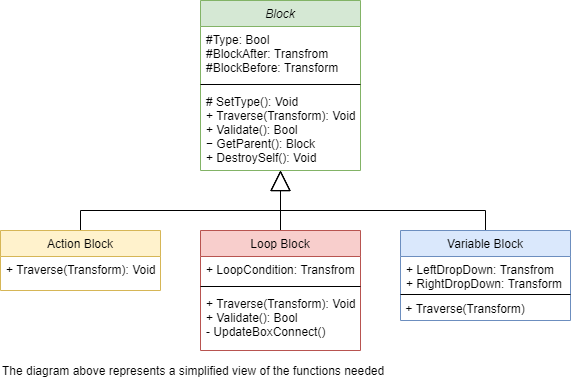
Before: Images/UML_Diagram.png, a diagram exported from draw.io (ej3517/DeeperThanBlue). Source tidied: cells renumbered, new cells last; positions are measured from the earlier drawing's top-left corner, leaving out a move shared by most shapes. Source of this version:
```xml
<mxGraphModel>
  <root>
    <mxCell id="0" />
    <mxCell id="1" parent="0" />
    <mxCell id="2" style="endArrow=block;endSize=18;endFill=0;shadow=0;strokeWidth=1;rounded=0;edgeStyle=elbowEdgeStyle;elbow=vertical;" parent="1" edge="1" source="19" target="4">
      <mxGeometry relative="1" as="geometry">
        <Array as="points">
          <mxPoint x="180" y="210" />
        </Array>
      </mxGeometry>
    </mxCell>
    <mxCell id="3" style="endArrow=block;endSize=18;endFill=0;shadow=0;strokeWidth=1;rounded=0;edgeStyle=elbowEdgeStyle;elbow=vertical;" parent="1" edge="1" source="11" target="4">
      <mxGeometry relative="1" as="geometry" />
    </mxCell>
    <mxCell id="4" value="Block" style="swimlane;fontStyle=2;align=center;verticalAlign=top;horizontal=1;startSize=26;rounded=0;shadow=0;strokeWidth=1;fillColor=#d5e8d4;strokeColor=#82b366;" parent="1" vertex="1">
      <mxGeometry x="200" width="160" height="170" as="geometry" />
    </mxCell>
    <mxCell id="5" value="#Type: Bool&#10;#BlockAfter: Transfrom&#10;#BlockBefore: Transform&#10;" style="text;align=left;verticalAlign=top;spacingLeft=4;spacingRight=4;overflow=hidden;" parent="4" vertex="1">
      <mxGeometry y="26" width="160" height="54" as="geometry" />
    </mxCell>
    <mxCell id="6" style="line;html=1;strokeWidth=1;align=left;verticalAlign=middle;spacingTop=-1;spacingLeft=3;spacingRight=3;labelPosition=right;" parent="4" vertex="1">
      <mxGeometry y="80" width="160" height="8" as="geometry" />
    </mxCell>
    <mxCell id="7" value="# SetType(): Void&#10;+ Traverse(Transform): Void&#10;+ Validate(): Bool&#10;− GetParent(): Block&#10;+ DestroySelf(): Void" style="text;align=left;verticalAlign=top;spacingLeft=4;spacingRight=4;overflow=hidden;" parent="4" vertex="1">
      <mxGeometry y="88" width="160" height="82" as="geometry" />
    </mxCell>
    <mxCell id="8" style="endArrow=block;endSize=18;endFill=0;shadow=0;strokeWidth=1;rounded=0;edgeStyle=elbowEdgeStyle;elbow=vertical;exitX=0.5;exitY=0;exitDx=0;exitDy=0;" parent="1" edge="1" source="15">
      <mxGeometry relative="1" as="geometry">
        <mxPoint x="280" y="170" as="targetPoint" />
        <Array as="points">
          <mxPoint x="320" y="210" />
        </Array>
      </mxGeometry>
    </mxCell>
    <mxCell id="9" value="The diagram above represents a simplified view of the functions needed" style="text;html=1;strokeColor=none;fillColor=none;align=left;verticalAlign=middle;whiteSpace=wrap;rounded=0;" parent="1" vertex="1">
      <mxGeometry y="360" width="470" height="20" as="geometry" />
    </mxCell>
    <mxCell id="10" style="group;" parent="1" vertex="1">
      <mxGeometry x="200" y="230" width="160" height="120" as="geometry" />
    </mxCell>
    <mxCell id="11" value="Loop Block" style="swimlane;fontStyle=0;align=center;verticalAlign=top;horizontal=1;startSize=26;rounded=0;shadow=0;strokeWidth=1;fillColor=#f8cecc;strokeColor=#b85450;" parent="10" vertex="1">
      <mxGeometry width="160" height="120" as="geometry" />
    </mxCell>
    <mxCell id="12" value="+ LoopCondition: Transfrom" style="text;align=left;verticalAlign=top;spacingLeft=4;spacingRight=4;overflow=hidden;" parent="11" vertex="1">
      <mxGeometry y="26" width="160" height="26" as="geometry" />
    </mxCell>
    <mxCell id="13" style="line;html=1;strokeWidth=1;align=left;verticalAlign=middle;spacingTop=-1;spacingLeft=3;spacingRight=3;labelPosition=right;" parent="11" vertex="1">
      <mxGeometry y="52" width="160" height="8" as="geometry" />
    </mxCell>
    <mxCell id="14" value="+ Traverse(Transform): Void&#10;+ Validate(): Bool&#10;- UpdateBoxConnect()" style="text;align=left;verticalAlign=top;spacingLeft=4;spacingRight=4;overflow=hidden;fontStyle=0;strokeColor=none;" parent="10" vertex="1">
      <mxGeometry y="60" width="160" height="60" as="geometry" />
    </mxCell>
    <mxCell id="15" value="Variable Block" style="swimlane;fontStyle=0;align=center;verticalAlign=top;horizontal=1;startSize=26;rounded=0;shadow=0;strokeWidth=1;fillColor=#dae8fc;strokeColor=#6c8ebf;" parent="1" vertex="1">
      <mxGeometry x="400" y="230" width="170" height="90" as="geometry" />
    </mxCell>
    <mxCell id="16" value="+ LeftDropDown: Transfrom&#10;+ RightDropDown: Transform&#10;" style="text;align=left;verticalAlign=top;spacingLeft=4;spacingRight=4;overflow=hidden;" parent="15" vertex="1">
      <mxGeometry y="26" width="170" height="34" as="geometry" />
    </mxCell>
    <mxCell id="17" style="line;html=1;strokeWidth=1;align=left;verticalAlign=middle;spacingTop=-1;spacingLeft=3;spacingRight=3;labelPosition=right;" parent="15" vertex="1">
      <mxGeometry y="60" width="170" height="8" as="geometry" />
    </mxCell>
    <mxCell id="18" value="&lt;span&gt;&amp;nbsp;+ Traverse(Transform)&lt;/span&gt;" style="text;html=1;align=left;verticalAlign=middle;" parent="15" vertex="1">
      <mxGeometry y="68" width="170" height="20" as="geometry" />
    </mxCell>
    <mxCell id="19" value="Action Block" style="swimlane;fontStyle=0;align=center;verticalAlign=top;horizontal=1;startSize=26;rounded=0;shadow=0;strokeWidth=1;fillColor=#fff2cc;strokeColor=#d6b656;" parent="1" vertex="1">
      <mxGeometry y="230" width="160" height="60" as="geometry" />
    </mxCell>
    <mxCell id="20" value="+ Traverse(Transform): Void" style="text;align=left;verticalAlign=top;spacingLeft=4;spacingRight=4;overflow=hidden;fontStyle=0;" parent="19" vertex="1">
      <mxGeometry y="26" width="160" height="34" as="geometry" />
    </mxCell>
  </root>
</mxGraphModel>
```
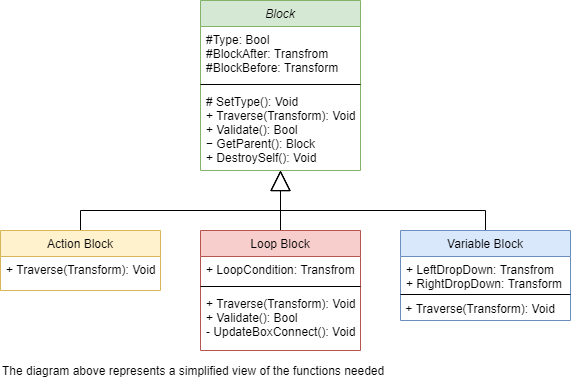
After the change.

What changed in the source:
```diff
@@ -47,7 +47,7 @@
     <mxCell id="13" style="line;html=1;strokeWidth=1;align=left;verticalAlign=middle;spacingTop=-1;spacingLeft=3;spacingRight=3;labelPosition=right;" parent="11" vertex="1">
       <mxGeometry y="52" width="160" height="8" as="geometry" />
     </mxCell>
-    <mxCell id="14" value="+ Traverse(Transform): Void&#10;+ Validate(): Bool&#10;- UpdateBoxConnect()" style="text;align=left;verticalAlign=top;spacingLeft=4;spacingRight=4;overflow=hidden;fontStyle=0;strokeColor=none;" parent="10" vertex="1">
+    <mxCell id="14" value="+ Traverse(Transform): Void&#10;+ Validate(): Bool&#10;- UpdateBoxConnect(): Void" style="text;align=left;verticalAlign=top;spacingLeft=4;spacingRight=4;overflow=hidden;fontStyle=0;strokeColor=none;" parent="10" vertex="1">
       <mxGeometry y="60" width="160" height="60" as="geometry" />
     </mxCell>
     <mxCell id="15" value="Variable Block" style="swimlane;fontStyle=0;align=center;verticalAlign=top;horizontal=1;startSize=26;rounded=0;shadow=0;strokeWidth=1;fillColor=#dae8fc;strokeColor=#6c8ebf;" parent="1" vertex="1">
@@ -59,7 +59,7 @@
     <mxCell id="17" style="line;html=1;strokeWidth=1;align=left;verticalAlign=middle;spacingTop=-1;spacingLeft=3;spacingRight=3;labelPosition=right;" parent="15" vertex="1">
       <mxGeometry y="60" width="170" height="8" as="geometry" />
     </mxCell>
-    <mxCell id="18" value="&lt;span&gt;&amp;nbsp;+ Traverse(Transform)&lt;/span&gt;" style="text;html=1;align=left;verticalAlign=middle;" parent="15" vertex="1">
+    <mxCell id="18" value="&lt;span&gt;&amp;nbsp;+ Traverse(Transform): Void&lt;/span&gt;" style="text;html=1;align=left;verticalAlign=middle;" parent="15" vertex="1">
       <mxGeometry y="68" width="170" height="20" as="geometry" />
     </mxCell>
     <mxCell id="19" value="Action Block" style="swimlane;fontStyle=0;align=center;verticalAlign=top;horizontal=1;startSize=26;rounded=0;shadow=0;strokeWidth=1;fillColor=#fff2cc;strokeColor=#d6b656;" parent="1" vertex="1">
```
